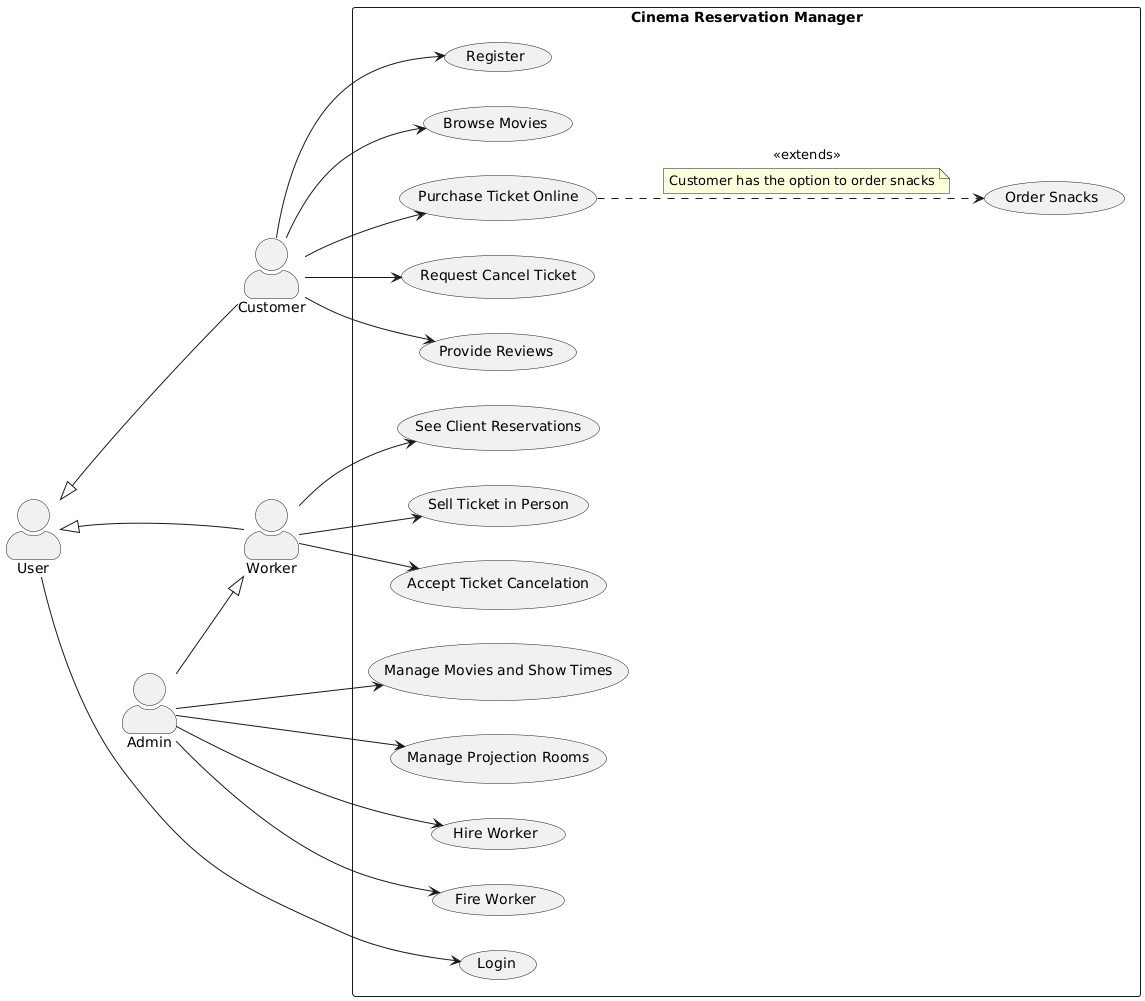
Before: docs/Use_Case_Diagram/uc.png, a diagram exported from PlantUML (BenatErzibengoa/Cinema-app). Source of this version:
```plantuml
@startuml
skinparam actorStyle awesome
left to right direction

actor User as U
actor Customer
actor Worker
actor Admin

U -[hidden]-> Customer
U -[hidden]-> Worker
U -[hidden]-> Admin

Customer --|> U
Worker --|> U
Admin --|> Worker

rectangle "Cinema Reservation Manager" {
    (Register) as UC1
    (Login) as UC2
    (Browse Movies) as UC3
    (Purchase Ticket Online) as UC4
    (Order Snacks) as UC5
    (Request Cancel Ticket) as UC6
    (Provide Reviews) as UC7
    (See Client Reservations) as UC8
    (Manage Movies and Show Times) as UC9
    (Manage Projection Rooms) as UC10
    (Hire Worker) as UC11
    (Fire Worker) as UC12
    (Sell Ticket in Person) as UC13
    (Accept Ticket Cancelation) as UC14

    U --> UC2

    Customer --> UC1
    Customer --> UC3
    Customer --> UC4
    Customer --> UC6
    Customer --> UC7

    Worker --> UC8
    Worker --> UC13
    Worker --> UC14

    UC4 ..> UC5 : <<extends>>
    note on link
       Customer has the option to order snacks
    end note

    Admin --> UC9
    Admin --> UC10
    Admin --> UC12
    Admin --> UC11
}
@enduml
```
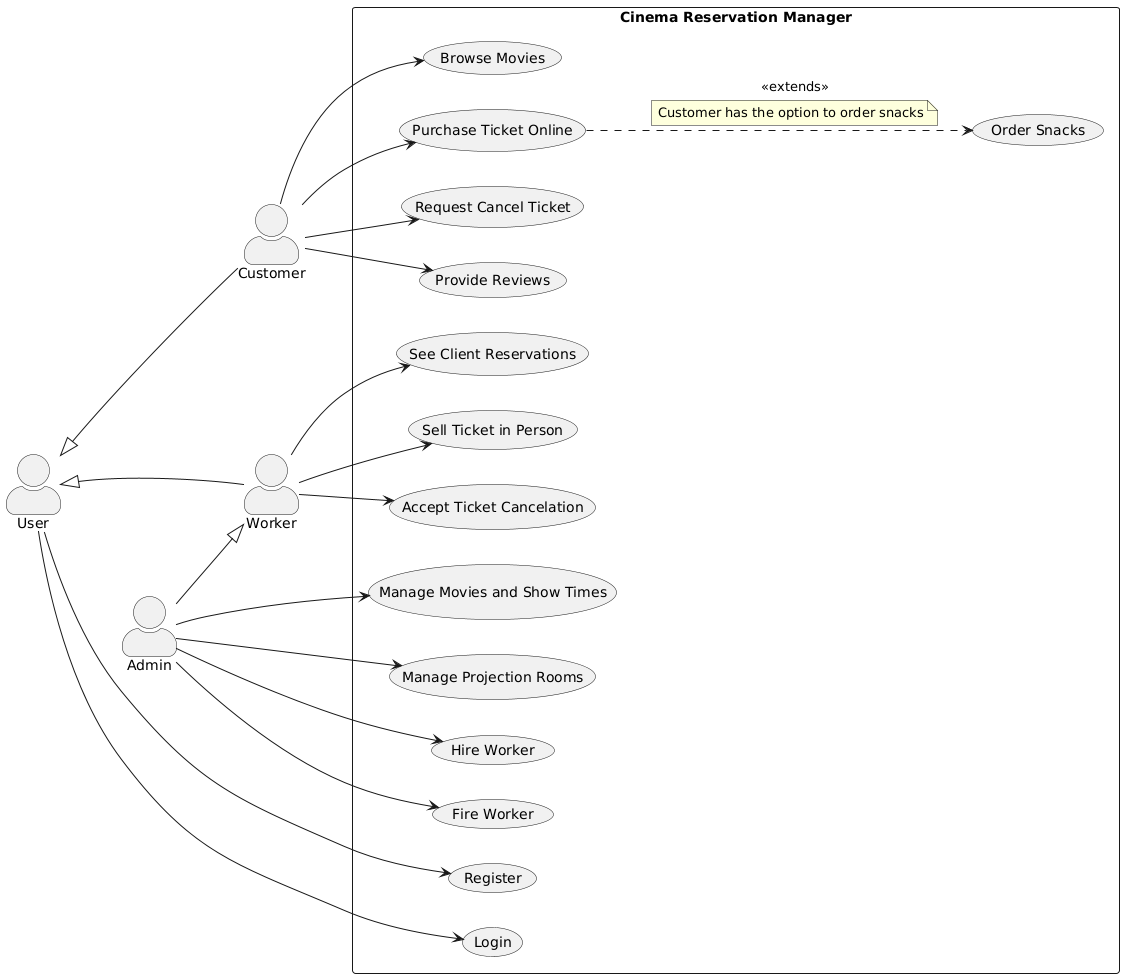
After the commit.

Commit message:
Fix Use Case Diagram (Register is a use case of user)

Diff of the diagram source:
```diff
@@ -31,9 +31,9 @@
     (Sell Ticket in Person) as UC13
     (Accept Ticket Cancelation) as UC14
 
+    U --> UC1
     U --> UC2
 
-    Customer --> UC1
     Customer --> UC3
     Customer --> UC4
     Customer --> UC6
```
